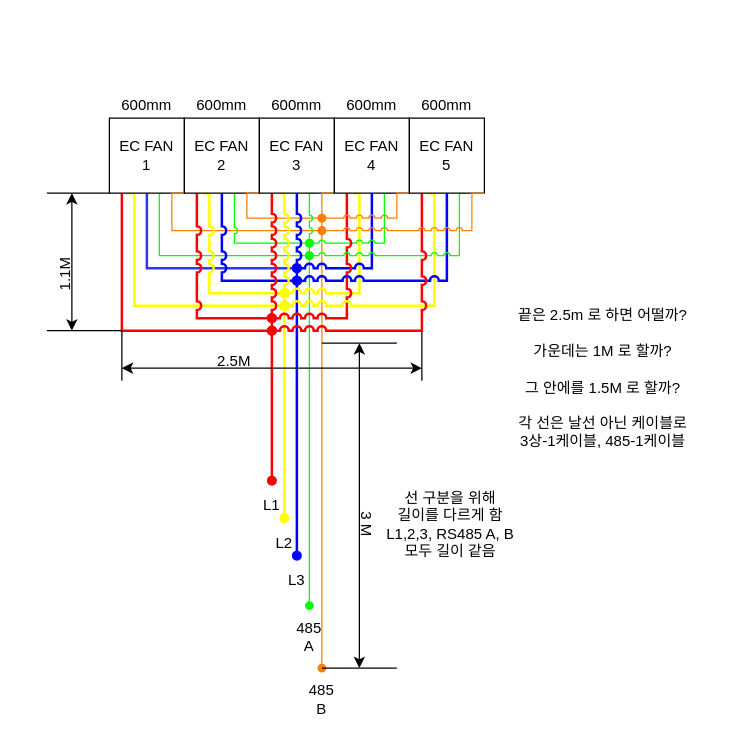
The draw.io diagram ec-fan 5병렬-일진.drawio in ufm1/DIAGRAM-260305, before the edit. Source tidied: cells renumbered, new cells numbered last; positions are measured from the earlier drawing's top-left corner, leaving out a move shared by most shapes. Both pictures are drawn from the tidied source at 125%, with x=0, y=0 at pixel (46, 92).
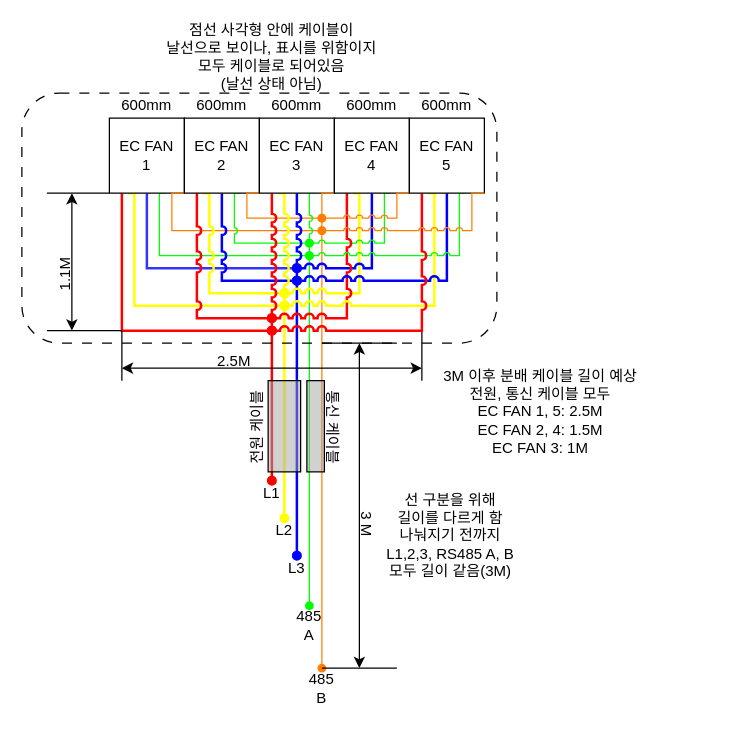
The same diagram, later.

Commit message:
ec-fan 5병렬-일진.drawio이 추가되었습니다.

What changed in the source:
```diff
@@
     <mxCell id="2" value="L1" style="text;html=1;whiteSpace=wrap;strokeColor=none;fillColor=none;align=center;verticalAlign=middle;rounded=0;" parent="1" vertex="1">
-      <mxGeometry x="170" y="320" width="20" height="20" as="geometry" />
+      <mxGeometry x="170" y="310" width="20" height="20" as="geometry" />
     </mxCell>
     <mxCell id="3" value="L2" style="text;html=1;whiteSpace=wrap;strokeColor=none;fillColor=none;align=center;verticalAlign=middle;rounded=0;" parent="1" vertex="1">
-      <mxGeometry x="180" y="350" width="20" height="20" as="geometry" />
+      <mxGeometry x="180" y="340" width="20" height="20" as="geometry" />
     </mxCell>
     <mxCell id="4" value="L3" style="text;html=1;whiteSpace=wrap;strokeColor=none;fillColor=none;align=center;verticalAlign=middle;rounded=0;" parent="1" vertex="1">
-      <mxGeometry x="190" y="380" width="20" height="20" as="geometry" />
+      <mxGeometry x="190" y="370" width="20" height="20" as="geometry" />
     </mxCell>
     <mxCell id="5" value="485&lt;div&gt;B&lt;/div&gt;" style="text;html=1;whiteSpace=wrap;strokeColor=none;fillColor=none;align=center;verticalAlign=middle;rounded=0;" parent="1" vertex="1">
-      <mxGeometry x="210" y="470" width="20" height="30" as="geometry" />
+      <mxGeometry x="210" y="461" width="20" height="30" as="geometry" />
     </mxCell>
     <mxCell id="6" value="485&lt;div&gt;A&lt;/div&gt;" style="text;html=1;whiteSpace=wrap;strokeColor=none;fillColor=none;align=center;verticalAlign=middle;rounded=0;" parent="1" vertex="1">
-      <mxGeometry x="200" y="420" width="20" height="30" as="geometry" />
+      <mxGeometry x="200" y="411" width="20" height="30" as="geometry" />
     </mxCell>
@@
-    <mxCell id="42" value="선 구분을 위해&lt;div&gt;길이를 다르게 함&lt;/div&gt;&lt;div&gt;L1,2,3, RS485 A, B&lt;/div&gt;&lt;div&gt;모두 길이 같음&lt;/div&gt;" style="text;html=1;whiteSpace=wrap;strokeColor=none;fillColor=none;align=center;verticalAlign=middle;rounded=0;" parent="1" vertex="1">
-      <mxGeometry x="268" y="317.5" width="110" height="55" as="geometry" />
+    <mxCell id="42" value="선 구분을 위해&lt;div&gt;길이를 다르게 함&lt;/div&gt;&lt;div&gt;나눠지기 전까지&lt;/div&gt;&lt;div&gt;L1,2,3, RS485 A, B&lt;/div&gt;&lt;div&gt;모두 길이 같음(3M)&lt;/div&gt;" style="text;html=1;whiteSpace=wrap;strokeColor=none;fillColor=none;align=center;verticalAlign=middle;rounded=0;" parent="1" vertex="1">
+      <mxGeometry x="268" y="317.5" width="110" height="72.5" as="geometry" />
     </mxCell>
@@
-    <mxCell id="55" value="끝은 2.5m 로&amp;nbsp;&lt;span style=&quot;background-color: transparent; color: light-dark(rgb(0, 0, 0), rgb(255, 255, 255));&quot;&gt;하면 어떨까?&lt;/span&gt;&lt;div&gt;&lt;br&gt;&lt;/div&gt;&lt;div&gt;가운데는 1M 로 할까?&lt;/div&gt;&lt;div&gt;&lt;br&gt;&lt;/div&gt;&lt;div&gt;그 안에를 1.5M 로 할까?&lt;br&gt;&lt;br&gt;&lt;/div&gt;&lt;div&gt;각 선은 날선 아닌 케이블로&lt;/div&gt;&lt;div&gt;3상-1케이블, 485-1케이블&lt;/div&gt;" style="text;html=1;whiteSpace=wrap;strokeColor=none;fillColor=none;align=center;verticalAlign=middle;rounded=0;" parent="1" vertex="1">
-      <mxGeometry x="360" y="165" width="170" height="125" as="geometry" />
-    </mxCell>
+    <mxCell id="56" value="3M 이후 분배 케이블 길이 예상&lt;div&gt;전원, 통신 케이블 모두&lt;br&gt;&lt;div&gt;EC FAN 1, 5: 2.5M&lt;/div&gt;&lt;div&gt;EC FAN 2, 4: 1.5M&lt;/div&gt;&lt;div&gt;EC FAN 3: 1M&lt;/div&gt;&lt;/div&gt;" style="text;html=1;whiteSpace=wrap;strokeColor=none;fillColor=none;align=center;verticalAlign=middle;rounded=0;" parent="1" vertex="1">
+      <mxGeometry x="310" y="220" width="170" height="70" as="geometry" />
+    </mxCell>
+    <mxCell id="57" style="rounded=0;whiteSpace=wrap;html=1;fillColor=light-dark(#A4A4A480,#CBCBCB);" parent="1" vertex="1">
+      <mxGeometry x="177" y="230" width="26" height="73" as="geometry" />
+    </mxCell>
+    <mxCell id="58" style="rounded=0;whiteSpace=wrap;html=1;fillColor=light-dark(#A4A4A480,#CBCBCB);" parent="1" vertex="1">
+      <mxGeometry x="208" y="230" width="14" height="73" as="geometry" />
+    </mxCell>
+    <mxCell id="59" value="전원 케이블" style="text;html=1;whiteSpace=wrap;strokeColor=none;fillColor=none;align=center;verticalAlign=middle;rounded=0;rotation=-90;" parent="1" vertex="1">
+      <mxGeometry x="133" y="260" width="70" height="15" as="geometry" />
+    </mxCell>
+    <mxCell id="60" value="통신 케이블" style="text;html=1;whiteSpace=wrap;strokeColor=none;fillColor=none;align=center;verticalAlign=middle;rounded=0;rotation=90;" parent="1" vertex="1">
+      <mxGeometry x="194" y="260" width="70" height="15" as="geometry" />
+    </mxCell>
+    <mxCell id="61" style="rounded=1;whiteSpace=wrap;html=1;fillColor=none;dashed=1;dashPattern=8 8;" parent="1" vertex="1">
+      <mxGeometry x="-20" width="380" height="200" as="geometry" />
+    </mxCell>
+    <mxCell id="62" value="점선 사각형 안에 케이블이&lt;div&gt;날선으로 보이나, 표시를 위함이지&lt;/div&gt;&lt;div&gt;모두 케이블로 되어있음&lt;/div&gt;&lt;div&gt;(날선 상태 아님)&lt;/div&gt;" style="text;html=1;whiteSpace=wrap;strokeColor=none;fillColor=none;align=center;verticalAlign=middle;rounded=0;" parent="1" vertex="1">
+      <mxGeometry x="95" y="-57.5" width="170" height="57.5" as="geometry" />
+    </mxCell>
```
